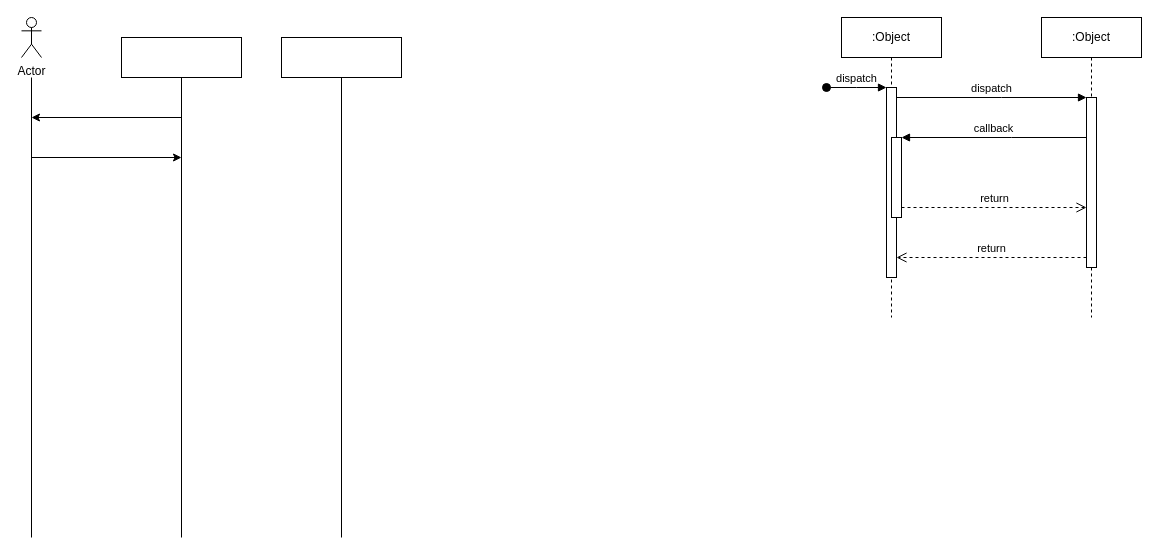
The draw.io diagram Diagramme sans nom.drawio in BMaurice56/Tamagotchi, before the edit. Source tidied: cells renumbered, new cells numbered last; positions are measured from the earlier drawing's top-left corner, leaving out a move shared by most shapes. Both pictures are drawn from the tidied source at 100%, with x=0, y=0 at pixel (21, 17).
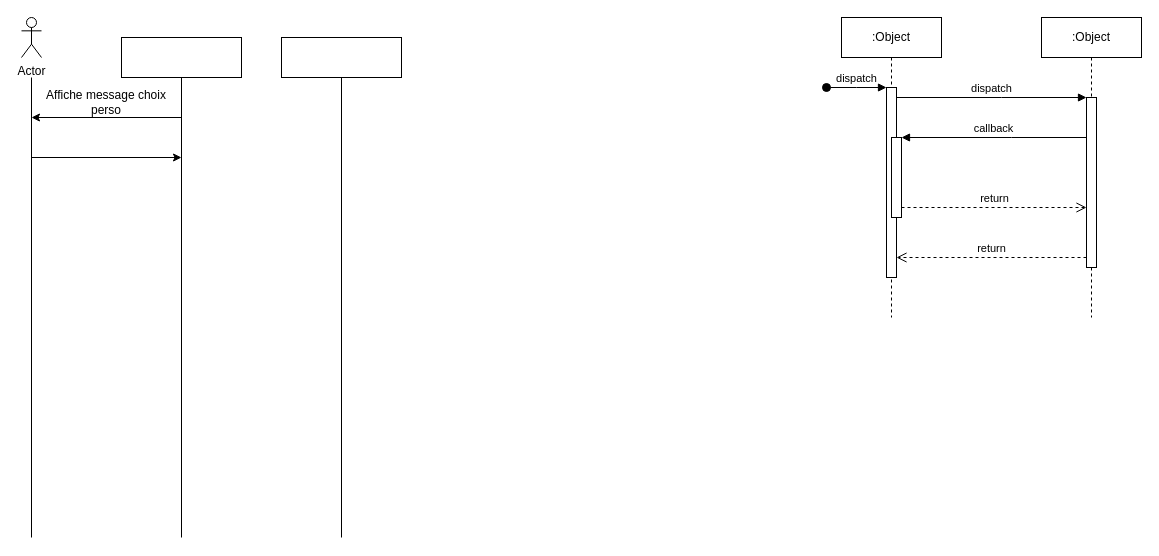
After the change.

Commit message:
Mettre à jour Diagramme sans nom.drawio

Change to the diagram source:
```diff
@@
+    <mxCell id="20" value="&lt;div align=&quot;center&quot;&gt;Affiche message choix perso&lt;br&gt;&lt;/div&gt;" style="text;html=1;strokeColor=none;fillColor=none;align=center;verticalAlign=middle;whiteSpace=wrap;rounded=0;" parent="1" vertex="1">
+      <mxGeometry x="10" y="70" width="150" height="30" as="geometry" />
+    </mxCell>
```
